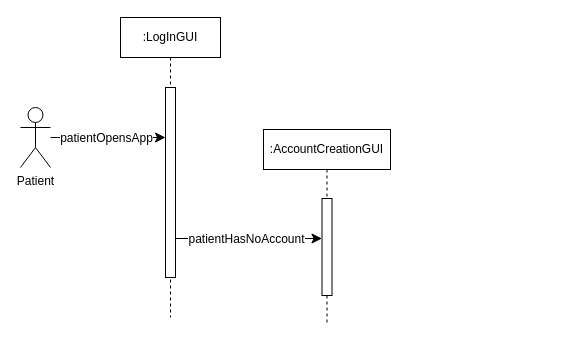
This is AmirWork/M2/Untitled Diagram.drawio from SENG-350-2024-fall/Team9, a draw.io file, before an edit. Source tidied: cells renumbered, new cells numbered last; positions are measured from the earlier drawing's top-left corner, leaving out a move shared by most shapes. Both pictures are drawn from the tidied source at 100%, with x=0, y=0 at pixel (20, 17).
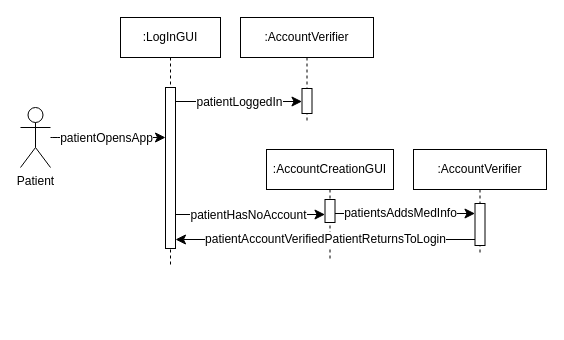
After the change.

Diff of the diagram source:
```diff
@@
     <mxCell id="2" value=":LogInGUI" style="shape=umlLifeline;perimeter=lifelinePerimeter;whiteSpace=wrap;html=1;newEdgeStyle={&quot;edgeStyle&quot;:&quot;elbowEdgeStyle&quot;,&quot;elbow&quot;:&quot;vertical&quot;,&quot;curved&quot;:0,&quot;rounded&quot;:0};" parent="1" vertex="1">
-      <mxGeometry x="100" width="100" height="300" as="geometry" />
+      <mxGeometry x="100" width="100" height="249" as="geometry" />
     </mxCell>
     <mxCell id="3" style="html=1;points=[];perimeter=orthogonalPerimeter;outlineConnect=0;targetShapes=umlLifeline;portConstraint=eastwest;newEdgeStyle={&quot;edgeStyle&quot;:&quot;elbowEdgeStyle&quot;,&quot;elbow&quot;:&quot;vertical&quot;,&quot;curved&quot;:0,&quot;rounded&quot;:0};" parent="2" vertex="1">
-      <mxGeometry x="45" y="70" width="10" height="190" as="geometry" />
+      <mxGeometry x="45" y="70" width="10" height="161" as="geometry" />
     </mxCell>
     <mxCell id="4" value=":AccountCreationGUI" style="shape=umlLifeline;perimeter=lifelinePerimeter;whiteSpace=wrap;html=1;newEdgeStyle={&quot;edgeStyle&quot;:&quot;elbowEdgeStyle&quot;,&quot;elbow&quot;:&quot;vertical&quot;,&quot;curved&quot;:0,&quot;rounded&quot;:0};" parent="1" vertex="1">
-      <mxGeometry x="243" y="112" width="127" height="193" as="geometry" />
+      <mxGeometry x="246" y="132" width="127" height="111" as="geometry" />
     </mxCell>
     <mxCell id="5" style="html=1;points=[];perimeter=orthogonalPerimeter;outlineConnect=0;targetShapes=umlLifeline;portConstraint=eastwest;newEdgeStyle={&quot;edgeStyle&quot;:&quot;elbowEdgeStyle&quot;,&quot;elbow&quot;:&quot;vertical&quot;,&quot;curved&quot;:0,&quot;rounded&quot;:0};" parent="4" vertex="1">
-      <mxGeometry x="58.5" y="69" width="10" height="97" as="geometry" />
+      <mxGeometry x="58.5" y="50" width="10" height="23" as="geometry" />
     </mxCell>
@@
     <mxCell id="9" style="edgeStyle=elbowEdgeStyle;curved=0;rounded=0;jettySize=auto;html=1;elbow=vertical;fontSize=12;startSize=8;endSize=8;" parent="1" edge="1" source="3" target="5">
-      <mxGeometry relative="1" as="geometry" />
+      <mxGeometry relative="1" as="geometry">
+        <Array as="points">
+          <mxPoint x="230" y="197" />
+        </Array>
+      </mxGeometry>
     </mxCell>
@@
+    <mxCell id="11" value=":AccountVerifier" style="shape=umlLifeline;perimeter=lifelinePerimeter;whiteSpace=wrap;html=1;newEdgeStyle={&quot;edgeStyle&quot;:&quot;elbowEdgeStyle&quot;,&quot;elbow&quot;:&quot;vertical&quot;,&quot;curved&quot;:0,&quot;rounded&quot;:0};" parent="1" vertex="1">
+      <mxGeometry x="393" y="132" width="133" height="106" as="geometry" />
+    </mxCell>
+    <mxCell id="12" style="html=1;points=[];perimeter=orthogonalPerimeter;outlineConnect=0;targetShapes=umlLifeline;portConstraint=eastwest;newEdgeStyle={&quot;edgeStyle&quot;:&quot;elbowEdgeStyle&quot;,&quot;elbow&quot;:&quot;vertical&quot;,&quot;curved&quot;:0,&quot;rounded&quot;:0};" parent="11" vertex="1">
+      <mxGeometry x="61.5" y="54" width="10" height="42" as="geometry" />
+    </mxCell>
+    <mxCell id="13" style="edgeStyle=elbowEdgeStyle;curved=0;rounded=0;jettySize=auto;html=1;elbow=vertical;fontSize=12;startSize=8;endSize=8;" parent="1" edge="1" source="5" target="12">
+      <mxGeometry relative="1" as="geometry" />
+    </mxCell>
+    <mxCell id="14" value="patientsAddsMedInfo" style="edgeLabel;html=1;align=center;verticalAlign=middle;fontSize=12;" parent="13" vertex="1">
+      <mxGeometry x="0.2" relative="1" as="geometry">
+        <mxPoint x="-19" y="-1" as="offset" />
+      </mxGeometry>
+    </mxCell>
+    <mxCell id="15" value="patientAccountVerifiedPatientReturnsToLogin" style="edgeStyle=elbowEdgeStyle;curved=0;rounded=0;jettySize=auto;html=1;elbow=vertical;fontSize=12;startSize=8;endSize=8;" parent="1" edge="1" source="12" target="3">
+      <mxGeometry relative="1" as="geometry">
+        <Array as="points">
+          <mxPoint x="304" y="222" />
+        </Array>
+      </mxGeometry>
+    </mxCell>
+    <mxCell id="16" value=":AccountVerifier" style="shape=umlLifeline;perimeter=lifelinePerimeter;whiteSpace=wrap;html=1;newEdgeStyle={&quot;edgeStyle&quot;:&quot;elbowEdgeStyle&quot;,&quot;elbow&quot;:&quot;vertical&quot;,&quot;curved&quot;:0,&quot;rounded&quot;:0};" parent="1" vertex="1">
+      <mxGeometry x="220" width="133" height="106" as="geometry" />
+    </mxCell>
+    <mxCell id="17" style="html=1;points=[];perimeter=orthogonalPerimeter;outlineConnect=0;targetShapes=umlLifeline;portConstraint=eastwest;newEdgeStyle={&quot;edgeStyle&quot;:&quot;elbowEdgeStyle&quot;,&quot;elbow&quot;:&quot;vertical&quot;,&quot;curved&quot;:0,&quot;rounded&quot;:0};" parent="16" vertex="1">
+      <mxGeometry x="61.5" y="71" width="10" height="25" as="geometry" />
+    </mxCell>
+    <mxCell id="18" style="edgeStyle=elbowEdgeStyle;curved=0;rounded=0;jettySize=auto;html=1;elbow=vertical;fontSize=12;startSize=8;endSize=8;" parent="1" edge="1" source="3" target="17">
+      <mxGeometry relative="1" as="geometry" />
+    </mxCell>
+    <mxCell id="19" value="patientLoggedIn" style="edgeLabel;html=1;align=center;verticalAlign=middle;fontSize=12;" parent="18" vertex="1">
+      <mxGeometry x="-0.2" relative="1" as="geometry">
+        <mxPoint x="12" as="offset" />
+      </mxGeometry>
+    </mxCell>
```
